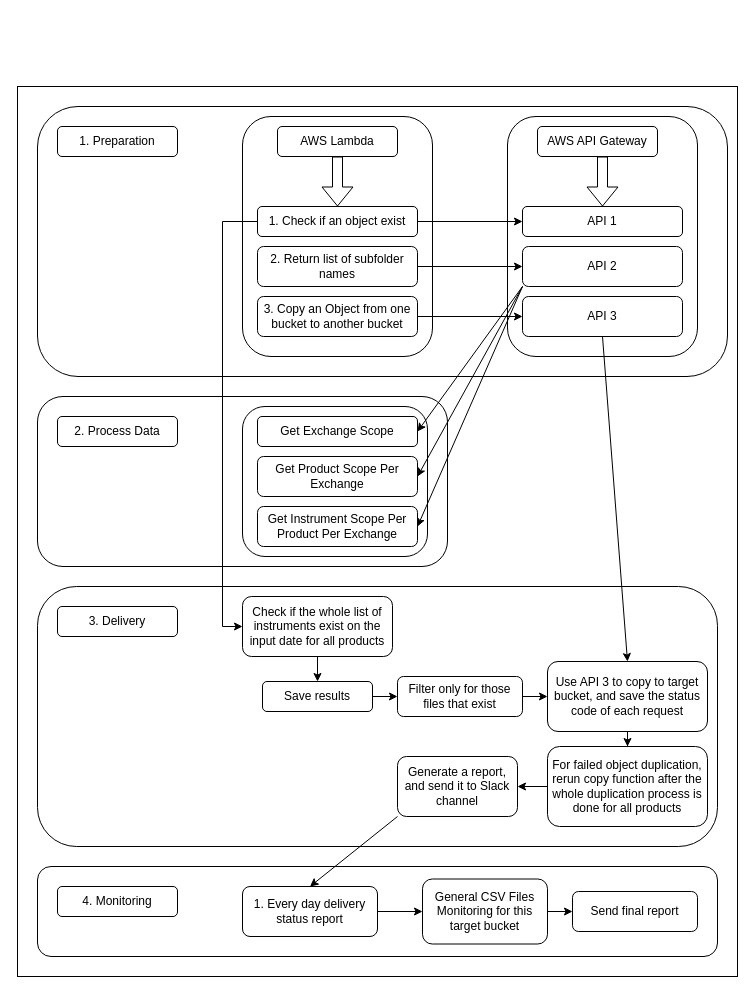
Earlier version of the draw.io diagram deprecating_depost_v1.drawio (handsomevictor/large_files). Source tidied: cells renumbered, new cells numbered last; positions are measured from the earlier drawing's top-left corner, leaving out a move shared by most shapes. Both pictures are drawn from the tidied source at 100%, with x=0, y=0 at pixel (17, 86).
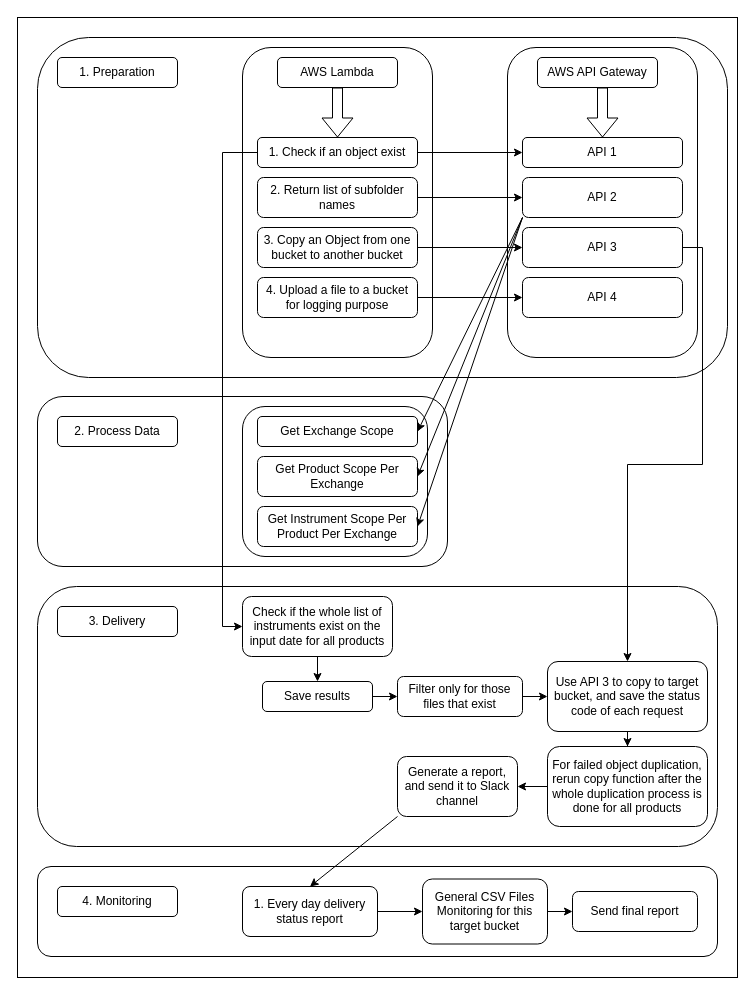
Above is the later version.

The change refers to these unchanged cells:
```xml
<mxCell id="38" value="Use API 3 to copy to target bucket, and save the status code of each request" style="whiteSpace=wrap;html=1;rounded=1;" parent="1" vertex="1">
  <mxGeometry x="530" y="575" width="160" height="70" as="geometry" />
</mxCell>
```

The edit, as a diff of the source:
```diff
@@
     <mxCell id="2" style="rounded=0;whiteSpace=wrap;html=1;" parent="1" vertex="1">
-      <mxGeometry width="720" height="890" as="geometry" />
+      <mxGeometry y="-69" width="720" height="960" as="geometry" />
     </mxCell>
@@
     <mxCell id="7" style="rounded=1;whiteSpace=wrap;html=1;" parent="1" vertex="1">
-      <mxGeometry x="20" y="20" width="690" height="270" as="geometry" />
+      <mxGeometry x="20" y="-49" width="690" height="340" as="geometry" />
     </mxCell>
     <mxCell id="8" style="rounded=1;whiteSpace=wrap;html=1;" parent="1" vertex="1">
-      <mxGeometry x="490" y="30" width="190" height="240" as="geometry" />
+      <mxGeometry x="490" y="-39" width="190" height="310" as="geometry" />
     </mxCell>
     <mxCell id="9" style="rounded=1;whiteSpace=wrap;html=1;" parent="1" vertex="1">
-      <mxGeometry x="225" y="30" width="190" height="240" as="geometry" />
+      <mxGeometry x="225" y="-39" width="190" height="310" as="geometry" />
     </mxCell>
@@
     <mxCell id="16" value="1. Check if an object exist" style="rounded=1;whiteSpace=wrap;html=1;" parent="1" vertex="1">
-      <mxGeometry x="240" y="120" width="160" height="30" as="geometry" />
+      <mxGeometry x="240" y="51" width="160" height="30" as="geometry" />
     </mxCell>
@@
     <mxCell id="18" value="2. Return list of subfolder names" style="rounded=1;whiteSpace=wrap;html=1;" parent="1" vertex="1">
-      <mxGeometry x="240" y="160" width="160" height="40" as="geometry" />
+      <mxGeometry x="240" y="91" width="160" height="40" as="geometry" />
     </mxCell>
     <mxCell id="19" value="1. Preparation" style="rounded=1;whiteSpace=wrap;html=1;" parent="1" vertex="1">
-      <mxGeometry x="40" y="40" width="120" height="30" as="geometry" />
+      <mxGeometry x="40" y="-29" width="120" height="30" as="geometry" />
     </mxCell>
     <mxCell id="20" value="AWS Lambda" style="rounded=1;whiteSpace=wrap;html=1;" parent="1" vertex="1">
-      <mxGeometry x="260" y="40" width="120" height="30" as="geometry" />
+      <mxGeometry x="260" y="-29" width="120" height="30" as="geometry" />
     </mxCell>
     <mxCell id="21" value="AWS API Gateway" style="rounded=1;whiteSpace=wrap;html=1;" parent="1" vertex="1">
-      <mxGeometry x="520" y="40" width="120" height="30" as="geometry" />
+      <mxGeometry x="520" y="-29" width="120" height="30" as="geometry" />
     </mxCell>
@@
     <mxCell id="23" value="API 1" style="rounded=1;whiteSpace=wrap;html=1;" parent="1" vertex="1">
-      <mxGeometry x="505" y="120" width="160" height="30" as="geometry" />
+      <mxGeometry x="505" y="51" width="160" height="30" as="geometry" />
     </mxCell>
@@
     <mxCell id="27" value="API 2" style="rounded=1;whiteSpace=wrap;html=1;" parent="1" vertex="1">
-      <mxGeometry x="505" y="160" width="160" height="40" as="geometry" />
+      <mxGeometry x="505" y="91" width="160" height="40" as="geometry" />
     </mxCell>
     <mxCell id="28" style="shape=flexArrow;endArrow=classic;html=1;rounded=0;entryX=0.5;entryY=0;entryDx=0;entryDy=0;" parent="1" edge="1" target="23">
       <mxGeometry relative="1" as="geometry">
-        <mxPoint x="585" y="70" as="sourcePoint" />
+        <mxPoint x="585" y="1" as="sourcePoint" />
       </mxGeometry>
     </mxCell>
@@
     <mxCell id="40" value="3. Copy an Object from one bucket to another bucket" style="rounded=1;whiteSpace=wrap;html=1;" parent="1" vertex="1">
-      <mxGeometry x="240" y="210" width="160" height="40" as="geometry" />
+      <mxGeometry x="240" y="141" width="160" height="40" as="geometry" />
     </mxCell>
-    <mxCell id="41" style="rounded=0;jettySize=auto;html=1;exitX=0.5;exitY=1;exitDx=0;exitDy=0;entryX=0.5;entryY=0;entryDx=0;entryDy=0;" parent="1" edge="1" source="42" target="38">
+    <mxCell id="41" style="edgeStyle=orthogonalEdgeStyle;rounded=0;jettySize=auto;html=1;exitX=1;exitY=0.5;exitDx=0;exitDy=0;entryX=0.5;entryY=0;entryDx=0;entryDy=0;" parent="1" edge="1" source="42" target="38">
       <mxGeometry relative="1" as="geometry" />
     </mxCell>
     <mxCell id="42" value="API 3" style="rounded=1;whiteSpace=wrap;html=1;" parent="1" vertex="1">
-      <mxGeometry x="505" y="210" width="160" height="40" as="geometry" />
+      <mxGeometry x="505" y="141" width="160" height="40" as="geometry" />
     </mxCell>
@@
+    <mxCell id="53" style="edgeStyle=orthogonalEdgeStyle;rounded=0;jettySize=auto;html=1;exitX=1;exitY=0.5;exitDx=0;exitDy=0;entryX=0;entryY=0.5;entryDx=0;entryDy=0;" parent="1" edge="1" source="54" target="55">
+      <mxGeometry relative="1" as="geometry" />
+    </mxCell>
+    <mxCell id="54" value="4. Upload a file to a bucket for logging purpose" style="rounded=1;whiteSpace=wrap;html=1;" parent="1" vertex="1">
+      <mxGeometry x="240" y="191" width="160" height="40" as="geometry" />
+    </mxCell>
+    <mxCell id="55" value="API 4" style="rounded=1;whiteSpace=wrap;html=1;" parent="1" vertex="1">
+      <mxGeometry x="505" y="191" width="160" height="40" as="geometry" />
+    </mxCell>
```
